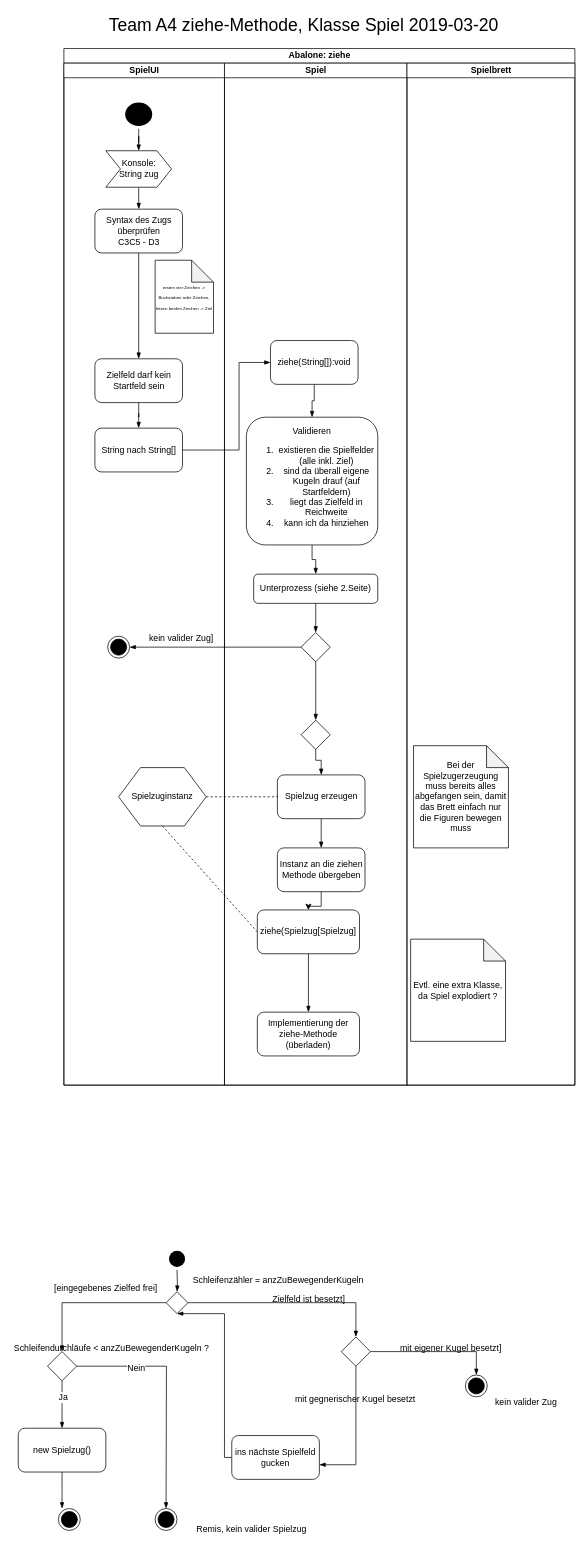
JoeG777/Abalone_Game keeps this draw.io diagram as Dokumentation/Aktivitätsdiagramm ziehe-Methode.drawio. Above is the earlier version. Source tidied: cells renumbered, new cells numbered last; positions are measured from the earlier drawing's top-left corner, leaving out a move shared by most shapes. Both pictures are drawn from the tidied source at 73%, with x=0, y=0 at pixel (12, 12).
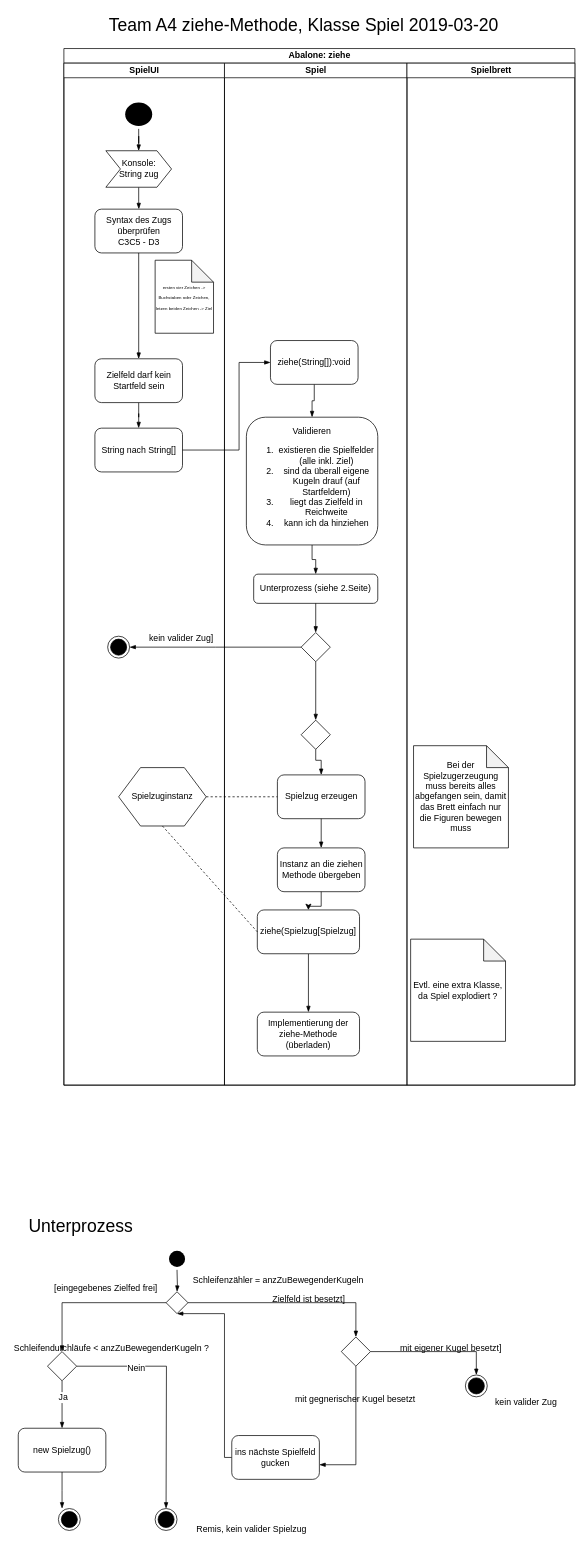
After the change.

The edit, as a diff of the source:
```diff
@@
+    <mxCell id="74" value="&lt;font style=&quot;font-size: 24px&quot;&gt;Unterprozess&lt;/font&gt;" style="text;html=1;align=left;verticalAlign=top;spacingTop=-4;" parent="1" vertex="1">
+      <mxGeometry x="20" y="1645" width="160" height="20" as="geometry" />
+    </mxCell>
```
